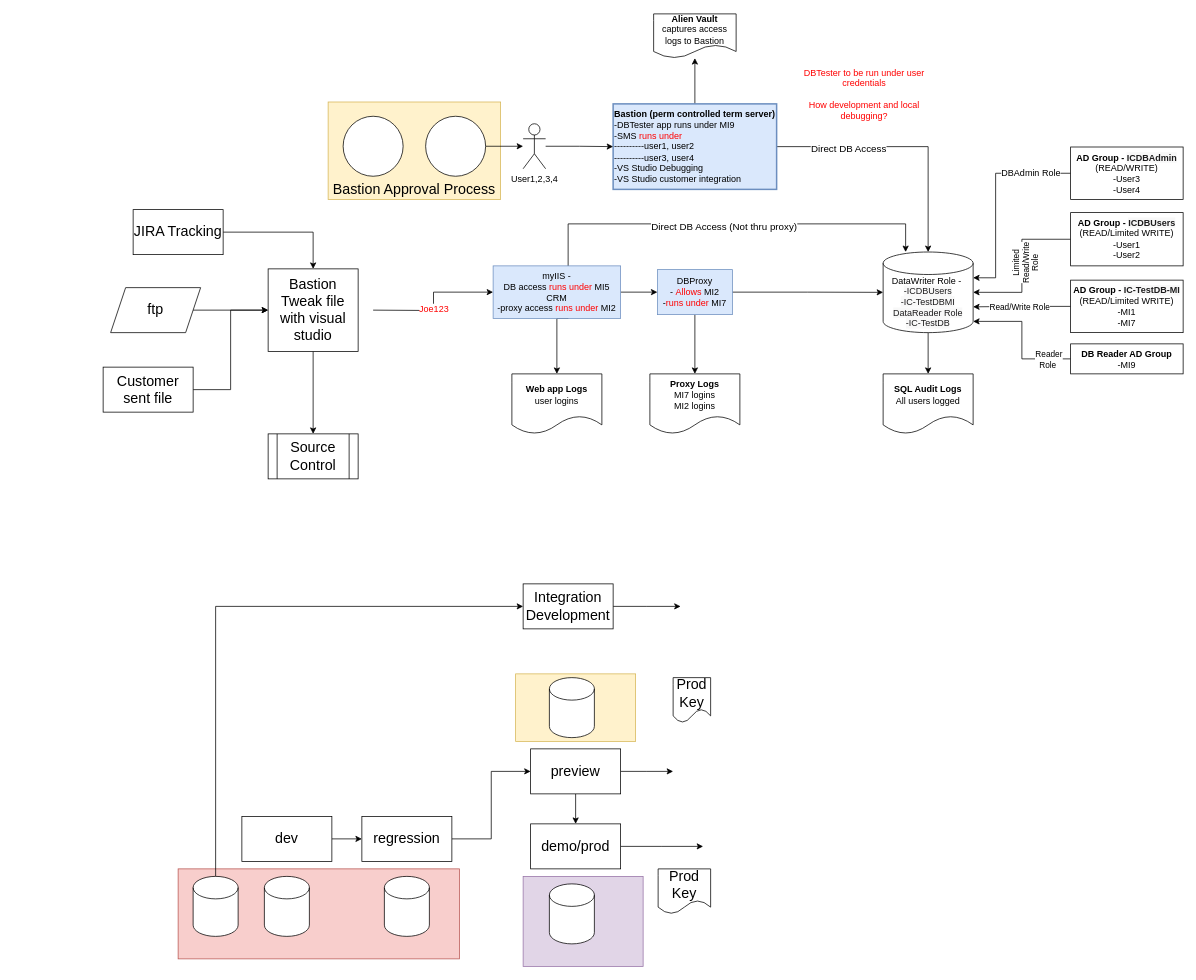
The draw.io diagram Untitled Diagram.drawio in vjavle/invoicecloud, before the edit. Source tidied: cells renumbered, new cells numbered last; positions are measured from the earlier drawing's top-left corner, leaving out a move shared by most shapes. Both pictures are drawn from the tidied source at 75%, with x=0, y=0 at pixel (103, 14).
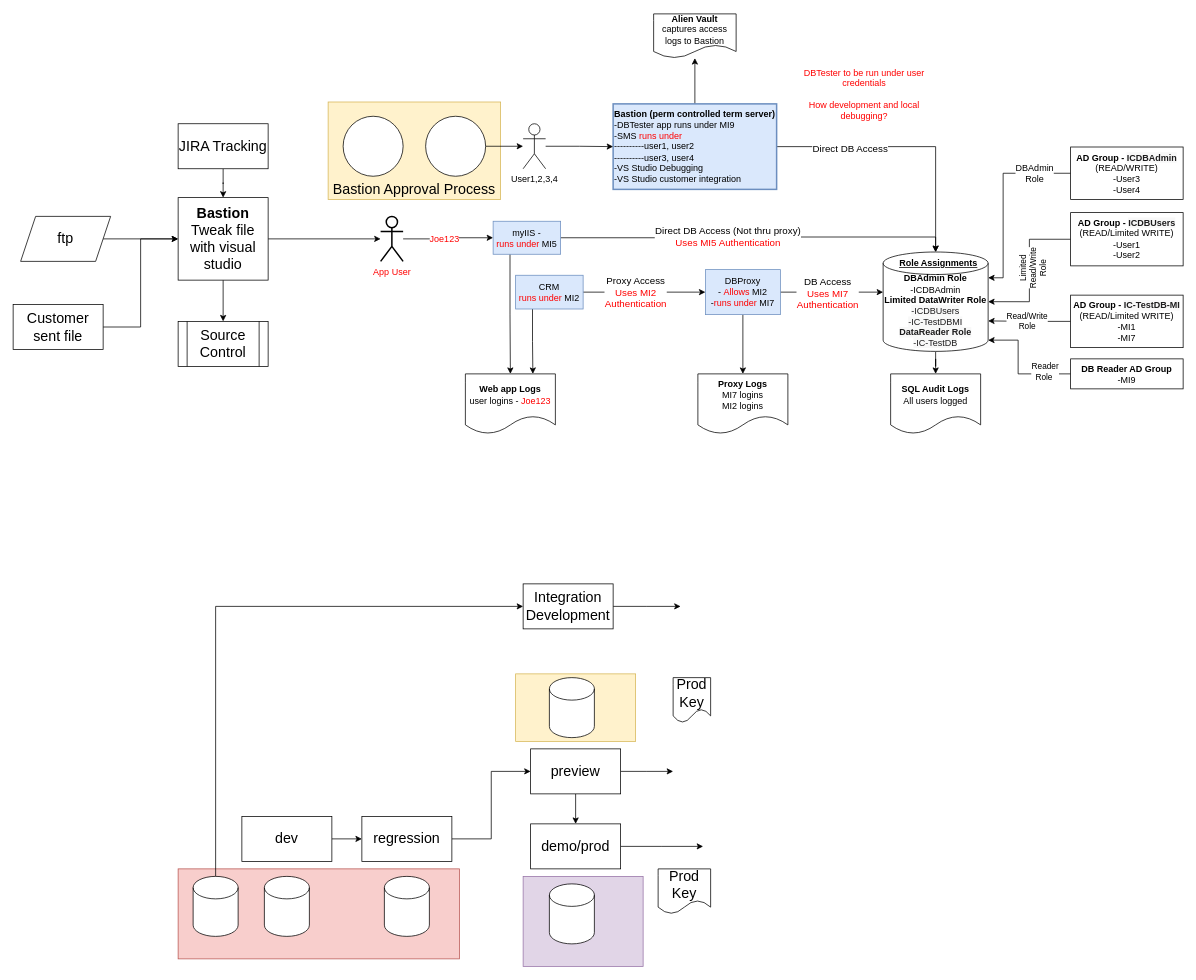
The same diagram, later.

The change refers to these unchanged cells:
```xml
<mxCell id="34" value="&lt;b&gt;AD Group -&amp;nbsp;&lt;/b&gt;&lt;span style=&quot;color: rgb(29 , 28 , 29) ; font-size: 12px ; text-align: left ; background-color: rgb(248 , 248 , 248)&quot;&gt;&lt;b&gt;ICDBAdmin&lt;/b&gt;&lt;br style=&quot;font-size: 12px&quot;&gt;&lt;/span&gt;(READ/WRITE)&lt;br&gt;&lt;span&gt;-User3&lt;br&gt;&lt;/span&gt;&lt;span&gt;-User4&lt;/span&gt;&lt;span&gt;&lt;br&gt;&lt;/span&gt;" style="rounded=0;whiteSpace=wrap;html=1;verticalAlign=top;fontFamily=Helvetica;fontSize=12;" parent="1" vertex="1">
  <mxGeometry x="1290" y="177.5" width="150" height="70" as="geometry" />
</mxCell>
```

The edit, as a diff of the source:
```diff
@@
-    <mxCell id="6" style="edgeStyle=orthogonalEdgeStyle;rounded=0;jettySize=auto;html=1;startArrow=classic;startFill=1;endArrow=none;endFill=0;" parent="1" edge="1" source="12">
-      <mxGeometry relative="1" as="geometry">
-        <mxPoint x="360" y="395" as="targetPoint" />
-      </mxGeometry>
+    <mxCell id="6" style="edgeStyle=orthogonalEdgeStyle;rounded=0;jettySize=auto;html=1;startArrow=classic;startFill=1;endArrow=none;endFill=0;" parent="1" edge="1" source="12" target="79">
+      <mxGeometry relative="1" as="geometry" />
     </mxCell>
@@
-    <mxCell id="8" style="edgeStyle=orthogonalEdgeStyle;rounded=0;jettySize=auto;html=1;startArrow=none;startFill=0;endArrow=classic;endFill=1;" parent="1" edge="1" source="12" target="15">
-      <mxGeometry relative="1" as="geometry" />
-    </mxCell>
+    <mxCell id="11" style="edgeStyle=orthogonalEdgeStyle;rounded=0;jettySize=auto;html=1;fontColor=#000000;startArrow=none;startFill=0;endArrow=classic;endFill=1;exitX=0.25;exitY=1;exitDx=0;exitDy=0;" parent="1" edge="1" source="12" target="37">
+      <mxGeometry relative="1" as="geometry" />
+    </mxCell>
-    <mxCell id="9" style="edgeStyle=orthogonalEdgeStyle;rounded=0;jettySize=auto;html=1;fontColor=#000000;startArrow=none;startFill=0;endArrow=classic;endFill=1;exitX=0.5;exitY=1;exitDx=0;exitDy=0;" parent="1" edge="1" source="12" target="17">
-      <mxGeometry relative="1" as="geometry">
-        <Array as="points">
-          <mxPoint x="620" y="280" />
-          <mxPoint x="1070" y="280" />
-        </Array>
-      </mxGeometry>
+    <mxCell id="9" style="edgeStyle=orthogonalEdgeStyle;rounded=0;jettySize=auto;html=1;entryX=0.5;entryY=0;entryDx=0;entryDy=0;entryPerimeter=0;fontFamily=Helvetica;fontSize=12;fontColor=#FF0000;startArrow=none;startFill=0;endArrow=classic;endFill=1;" parent="1" edge="1" source="12" target="17">
+      <mxGeometry relative="1" as="geometry" />
     </mxCell>
-    <mxCell id="10" value="Direct DB Access (Not thru proxy)" style="edgeLabel;html=1;align=center;verticalAlign=middle;fontColor=#000000;fontSize=13;" parent="9" vertex="1">
-      <mxGeometry x="-0.17" y="-3" relative="1" as="geometry">
-        <mxPoint x="87" as="offset" />
-      </mxGeometry>
-    </mxCell>
-    <mxCell id="11" style="edgeStyle=orthogonalEdgeStyle;rounded=0;jettySize=auto;html=1;fontColor=#000000;startArrow=none;startFill=0;endArrow=classic;endFill=1;" parent="1" edge="1" source="12" target="37">
-      <mxGeometry relative="1" as="geometry" />
-    </mxCell>
+    <mxCell id="72" value="&lt;span style=&quot;color: rgb(0 , 0 , 0) ; font-size: 13px&quot;&gt;Direct DB Access (Not thru proxy)&lt;/span&gt;&lt;br style=&quot;color: rgb(0 , 0 , 0) ; font-size: 13px&quot;&gt;&lt;font color=&quot;#ff0000&quot; style=&quot;font-size: 13px&quot;&gt;Uses MI5 Authentication&lt;/font&gt;" style="edgeLabel;html=1;align=center;verticalAlign=middle;fontSize=12;fontFamily=Helvetica;fontColor=#FF0000;" parent="9" vertex="1">
+      <mxGeometry x="-0.37" y="6" relative="1" as="geometry">
+        <mxPoint x="58" y="4" as="offset" />
+      </mxGeometry>
+    </mxCell>
-    <mxCell id="12" value="myIIS - &lt;br&gt;DB access&amp;nbsp;&lt;span style=&quot;color: rgb(255 , 0 , 0)&quot;&gt;runs under&lt;/span&gt;&amp;nbsp;MI5&lt;br&gt;CRM &lt;br&gt;-proxy access&amp;nbsp;&lt;span style=&quot;color: rgb(255 , 0 , 0)&quot;&gt;runs under&lt;/span&gt;&amp;nbsp;MI2" style="rounded=0;whiteSpace=wrap;html=1;fillColor=#dae8fc;strokeColor=#6c8ebf;" parent="1" vertex="1">
-      <mxGeometry x="520" y="336" width="170" height="70" as="geometry" />
+    <mxCell id="12" value="myIIS - &lt;br&gt;&lt;span style=&quot;color: rgb(255 , 0 , 0)&quot;&gt;runs under&lt;/span&gt;&amp;nbsp;MI5" style="rounded=0;whiteSpace=wrap;html=1;fillColor=#dae8fc;strokeColor=#6c8ebf;" parent="1" vertex="1">
+      <mxGeometry x="520" y="276.5" width="90" height="44" as="geometry" />
     </mxCell>
     <mxCell id="13" style="edgeStyle=orthogonalEdgeStyle;rounded=0;jettySize=auto;html=1;fontColor=#000000;startArrow=none;startFill=0;endArrow=classic;endFill=1;" parent="1" edge="1" source="15" target="17">
-      <mxGeometry relative="1" as="geometry" />
+      <mxGeometry relative="1" as="geometry">
+        <Array as="points">
+          <mxPoint x="970" y="371" />
+          <mxPoint x="970" y="371" />
+        </Array>
+      </mxGeometry>
     </mxCell>
+    <mxCell id="73" value="&lt;span style=&quot;color: rgb(0 , 0 , 0) ; font-size: 13px&quot;&gt;DB Access&lt;/span&gt;&lt;br style=&quot;color: rgb(0 , 0 , 0) ; font-size: 13px&quot;&gt;&lt;font color=&quot;#ff0000&quot; style=&quot;font-size: 13px&quot;&gt;Uses MI7 &lt;br&gt;Authentication&lt;/font&gt;" style="edgeLabel;html=1;align=center;verticalAlign=middle;fontSize=12;fontFamily=Helvetica;fontColor=#FF0000;" parent="13" vertex="1">
+      <mxGeometry x="-0.1" y="-1" relative="1" as="geometry" />
+    </mxCell>
@@
     <mxCell id="15" value="DBProxy &lt;br&gt;-&amp;nbsp;&lt;font color=&quot;#ff0000&quot;&gt;Allows &lt;/font&gt;MI2&lt;br&gt;-&lt;font color=&quot;#ff0000&quot;&gt;runs under&lt;/font&gt; MI7" style="rounded=0;whiteSpace=wrap;html=1;fillColor=#dae8fc;strokeColor=#6c8ebf;" parent="1" vertex="1">
-      <mxGeometry x="739" y="341" width="100" height="60" as="geometry" />
+      <mxGeometry x="803" y="341" width="100" height="60" as="geometry" />
     </mxCell>
@@
-    <mxCell id="17" value="DataWriter Role -&amp;nbsp;&lt;br style=&quot;font-size: 12px&quot;&gt;&lt;span style=&quot;color: rgb(29 , 28 , 29) ; font-size: 12px ; text-align: left ; background-color: rgb(248 , 248 , 248)&quot;&gt;-ICDBUsers&lt;br style=&quot;font-size: 12px&quot;&gt;&lt;/span&gt;&lt;span style=&quot;color: rgb(29 , 28 , 29) ; font-size: 12px ; text-align: left ; background-color: rgb(248 , 248 , 248)&quot;&gt;-IC-TestDBMI&lt;br style=&quot;font-size: 12px&quot;&gt;DataReader Role&lt;br style=&quot;font-size: 12px&quot;&gt;&lt;/span&gt;&lt;span style=&quot;color: rgb(29 , 28 , 29) ; font-size: 12px ; text-align: left ; background-color: rgb(248 , 248 , 248)&quot;&gt;-IC-TestDB&lt;/span&gt;&lt;span style=&quot;color: rgb(29 , 28 , 29) ; font-size: 12px ; text-align: left ; background-color: rgb(248 , 248 , 248)&quot;&gt;&lt;br style=&quot;font-size: 12px&quot;&gt;&lt;/span&gt;" style="shape=cylinder3;whiteSpace=wrap;html=1;boundedLbl=1;backgroundOutline=1;size=15;fontSize=12;" parent="1" vertex="1">
-      <mxGeometry x="1040" y="317.5" width="120" height="107.5" as="geometry" />
+    <mxCell id="17" value="&lt;b&gt;DBAdmin Role&lt;/b&gt;&lt;br&gt;-ICDBAdmin&lt;br&gt;&lt;b&gt;Limited DataWriter Role&lt;/b&gt;&lt;br style=&quot;font-size: 12px&quot;&gt;&lt;span style=&quot;color: rgb(29 , 28 , 29) ; font-size: 12px ; text-align: left ; background-color: rgb(248 , 248 , 248)&quot;&gt;-ICDBUsers&lt;br style=&quot;font-size: 12px&quot;&gt;&lt;/span&gt;&lt;span style=&quot;color: rgb(29 , 28 , 29) ; font-size: 12px ; text-align: left ; background-color: rgb(248 , 248 , 248)&quot;&gt;-IC-TestDBMI&lt;br style=&quot;font-size: 12px&quot;&gt;&lt;b&gt;DataReader Role&lt;/b&gt;&lt;br style=&quot;font-size: 12px&quot;&gt;&lt;/span&gt;&lt;span style=&quot;color: rgb(29 , 28 , 29) ; font-size: 12px ; text-align: left ; background-color: rgb(248 , 248 , 248)&quot;&gt;-IC-TestDB&lt;/span&gt;&lt;span style=&quot;color: rgb(29 , 28 , 29) ; font-size: 12px ; text-align: left ; background-color: rgb(248 , 248 , 248)&quot;&gt;&lt;br style=&quot;font-size: 12px&quot;&gt;&lt;/span&gt;" style="shape=cylinder3;whiteSpace=wrap;html=1;boundedLbl=1;backgroundOutline=1;size=15;fontSize=12;" parent="1" vertex="1">
+      <mxGeometry x="1040" y="317.5" width="140" height="132.5" as="geometry" />
     </mxCell>
-    <mxCell id="18" style="edgeStyle=orthogonalEdgeStyle;rounded=0;jettySize=auto;html=1;entryX=1;entryY=0;entryDx=0;entryDy=73.125;entryPerimeter=0;startArrow=none;startFill=0;endArrow=classic;endFill=1;" parent="1" edge="1" source="20" target="17">
+    <mxCell id="18" style="edgeStyle=orthogonalEdgeStyle;rounded=0;jettySize=auto;html=1;entryX=1;entryY=0;entryDx=0;entryDy=91.875;entryPerimeter=0;startArrow=none;startFill=0;endArrow=classic;endFill=1;" parent="1" edge="1" source="20" target="17">
       <mxGeometry relative="1" as="geometry" />
     </mxCell>
-    <mxCell id="19" value="Read/Write Role" style="edgeLabel;html=1;align=center;verticalAlign=middle;fontColor=#000000;" parent="18" vertex="1">
+    <mxCell id="19" value="Read/Write&lt;br&gt;Role" style="edgeLabel;html=1;align=center;verticalAlign=middle;fontColor=#000000;" parent="18" vertex="1">
       <mxGeometry x="0.06" relative="1" as="geometry" />
     </mxCell>
     <mxCell id="20" value="&lt;b&gt;AD Group -&amp;nbsp;&lt;/b&gt;&lt;span style=&quot;color: rgb(29 , 28 , 29) ; font-size: 12px ; text-align: left ; background-color: rgb(248 , 248 , 248)&quot;&gt;&lt;b&gt;IC-TestDB-MI&lt;/b&gt;&lt;br style=&quot;font-size: 12px&quot;&gt;&lt;/span&gt;(READ/Limited WRITE)&lt;br&gt;&lt;span&gt;-MI1&lt;br&gt;&lt;/span&gt;&lt;span&gt;-MI7&lt;/span&gt;&lt;span&gt;&lt;br&gt;&lt;/span&gt;" style="rounded=0;whiteSpace=wrap;html=1;verticalAlign=top;fontFamily=Helvetica;fontSize=12;" parent="1" vertex="1">
-      <mxGeometry x="1290" y="355" width="150" height="70" as="geometry" />
+      <mxGeometry x="1290" y="375" width="150" height="70" as="geometry" />
     </mxCell>
     <mxCell id="21" style="edgeStyle=orthogonalEdgeStyle;rounded=0;jettySize=auto;html=1;fontColor=#000000;startArrow=none;startFill=0;endArrow=classic;endFill=1;entryX=1;entryY=1;entryDx=0;entryDy=-15;entryPerimeter=0;" parent="1" edge="1" source="23" target="17">
-      <mxGeometry relative="1" as="geometry" />
+      <mxGeometry relative="1" as="geometry">
+        <Array as="points">
+          <mxPoint x="1220" y="480" />
+          <mxPoint x="1220" y="435" />
+        </Array>
+      </mxGeometry>
     </mxCell>
     <mxCell id="22" value="Reader&lt;br&gt;Role&amp;nbsp;" style="edgeLabel;html=1;align=center;verticalAlign=middle;fontColor=#000000;" parent="21" vertex="1">
       <mxGeometry x="0.04" y="-1" relative="1" as="geometry">
-        <mxPoint x="34" y="29" as="offset" />
+        <mxPoint x="34" y="7" as="offset" />
       </mxGeometry>
     </mxCell>
     <mxCell id="23" value="&lt;b&gt;DB Reader AD Group&lt;/b&gt;&lt;br&gt;&lt;span&gt;-MI9&lt;/span&gt;" style="rounded=0;whiteSpace=wrap;html=1;verticalAlign=top;fontFamily=Helvetica;fontSize=12;" parent="1" vertex="1">
-      <mxGeometry x="1290" y="440" width="150" height="40" as="geometry" />
+      <mxGeometry x="1290" y="460" width="150" height="40" as="geometry" />
     </mxCell>
@@
     <mxCell id="32" style="edgeStyle=orthogonalEdgeStyle;rounded=0;jettySize=auto;html=1;entryX=1;entryY=0;entryDx=0;entryDy=34.375;entryPerimeter=0;fontFamily=Helvetica;fontSize=12;fontColor=#000000;startArrow=none;startFill=0;endArrow=classic;endFill=1;" parent="1" edge="1" source="34" target="17">
       <mxGeometry relative="1" as="geometry">
         <Array as="points">
-          <mxPoint x="1190" y="213" />
-          <mxPoint x="1190" y="352" />
+          <mxPoint x="1200" y="212" />
+          <mxPoint x="1200" y="352" />
         </Array>
       </mxGeometry>
     </mxCell>
-    <mxCell id="33" value="DBAdmin Role" style="edgeLabel;html=1;align=center;verticalAlign=middle;fontSize=12;fontFamily=Helvetica;fontColor=#000000;" parent="32" vertex="1">
+    <mxCell id="33" value="DBAdmin&lt;br&gt;Role" style="edgeLabel;html=1;align=center;verticalAlign=middle;fontSize=12;fontFamily=Helvetica;fontColor=#000000;" parent="32" vertex="1">
       <mxGeometry x="-0.41" relative="1" as="geometry">
         <mxPoint x="25" as="offset" />
       </mxGeometry>
     </mxCell>
@@
     <mxCell id="36" value="&lt;b&gt;Proxy Logs&lt;/b&gt;&lt;br&gt;MI7 logins&lt;br&gt;MI2 logins" style="shape=document;whiteSpace=wrap;html=1;boundedLbl=1;fontColor=#000000;" parent="1" vertex="1">
-      <mxGeometry x="729" y="480" width="120" height="80" as="geometry" />
+      <mxGeometry x="793" y="480" width="120" height="80" as="geometry" />
     </mxCell>
-    <mxCell id="37" value="&lt;b&gt;Web app Logs&lt;/b&gt;&lt;br&gt;user logins" style="shape=document;whiteSpace=wrap;html=1;boundedLbl=1;fontColor=#000000;" parent="1" vertex="1">
-      <mxGeometry x="545" y="480" width="120" height="80" as="geometry" />
+    <mxCell id="37" value="&lt;b&gt;Web app Logs&lt;/b&gt;&lt;br&gt;user logins - &lt;font color=&quot;#ff0000&quot;&gt;Joe123&lt;/font&gt;" style="shape=document;whiteSpace=wrap;html=1;boundedLbl=1;fontColor=#000000;" parent="1" vertex="1">
+      <mxGeometry x="483" y="480" width="120" height="80" as="geometry" />
     </mxCell>
     <mxCell id="38" value="&lt;b&gt;SQL Audit Logs&lt;/b&gt;&lt;br&gt;All users logged" style="shape=document;whiteSpace=wrap;html=1;boundedLbl=1;fontColor=#000000;" parent="1" vertex="1">
-      <mxGeometry x="1040" y="480" width="120" height="80" as="geometry" />
+      <mxGeometry x="1050" y="480" width="120" height="80" as="geometry" />
     </mxCell>
@@
     <mxCell id="45" value="ftp" style="shape=parallelogram;perimeter=parallelogramPerimeter;whiteSpace=wrap;html=1;fixedSize=1;fontSize=19;fontColor=#000000;" parent="1" vertex="1">
-      <mxGeometry x="10" y="365" width="120" height="60" as="geometry" />
+      <mxGeometry x="-110" y="270" width="120" height="60" as="geometry" />
     </mxCell>
@@
+    <mxCell id="74" style="edgeStyle=orthogonalEdgeStyle;rounded=0;jettySize=auto;html=1;fontFamily=Helvetica;fontSize=12;fontColor=#FF0000;startArrow=none;startFill=0;endArrow=classic;endFill=1;" parent="1" edge="1" source="47" target="79">
+      <mxGeometry relative="1" as="geometry" />
+    </mxCell>
-    <mxCell id="47" value="Bastion&lt;br&gt;Tweak file with visual studio" style="rounded=0;whiteSpace=wrap;html=1;fontSize=19;fontColor=#000000;" parent="1" vertex="1">
-      <mxGeometry x="220" y="340" width="120" height="110" as="geometry" />
+    <mxCell id="47" value="&lt;b&gt;Bastion&lt;/b&gt;&lt;br&gt;Tweak file with visual studio" style="rounded=0;whiteSpace=wrap;html=1;fontSize=19;fontColor=#000000;" parent="1" vertex="1">
+      <mxGeometry x="100" y="245" width="120" height="110" as="geometry" />
     </mxCell>
@@
     <mxCell id="49" value="Customer sent file" style="rounded=0;whiteSpace=wrap;html=1;fontSize=19;fontColor=#000000;" parent="1" vertex="1">
-      <mxGeometry y="471" width="120" height="60" as="geometry" />
+      <mxGeometry x="-120" y="387.5" width="120" height="60" as="geometry" />
     </mxCell>
     <mxCell id="50" value="Source Control" style="shape=process;whiteSpace=wrap;html=1;backgroundOutline=1;fontSize=19;fontColor=#000000;" parent="1" vertex="1">
-      <mxGeometry x="220" y="560" width="120" height="60" as="geometry" />
+      <mxGeometry x="100" y="410" width="120" height="60" as="geometry" />
     </mxCell>
@@
     <mxCell id="52" value="JIRA Tracking" style="rounded=0;whiteSpace=wrap;html=1;fontSize=19;fontColor=#000000;" parent="1" vertex="1">
-      <mxGeometry x="40" y="261" width="120" height="60" as="geometry" />
+      <mxGeometry x="100" y="146.5" width="120" height="60" as="geometry" />
     </mxCell>
@@
+    <mxCell id="75" style="edgeStyle=orthogonalEdgeStyle;rounded=0;jettySize=auto;html=1;entryX=0.75;entryY=0;entryDx=0;entryDy=0;fontFamily=Helvetica;fontSize=12;fontColor=#FF0000;startArrow=none;startFill=0;endArrow=classic;endFill=1;exitX=0.25;exitY=1;exitDx=0;exitDy=0;" parent="1" edge="1" source="78" target="37">
+      <mxGeometry relative="1" as="geometry" />
+    </mxCell>
+    <mxCell id="76" style="edgeStyle=orthogonalEdgeStyle;rounded=0;jettySize=auto;html=1;fontFamily=Helvetica;fontSize=12;fontColor=#FF0000;startArrow=none;startFill=0;endArrow=classic;endFill=1;" parent="1" edge="1" source="78" target="15">
+      <mxGeometry relative="1" as="geometry" />
+    </mxCell>
+    <mxCell id="77" value="&lt;span style=&quot;color: rgb(0 , 0 , 0) ; font-size: 13px&quot;&gt;Proxy Access&lt;/span&gt;&lt;br style=&quot;color: rgb(0 , 0 , 0) ; font-size: 13px&quot;&gt;&lt;font color=&quot;#ff0000&quot; style=&quot;font-size: 13px&quot;&gt;Uses MI2&lt;br&gt;Authentication&lt;/font&gt;" style="edgeLabel;html=1;align=center;verticalAlign=middle;fontSize=12;fontFamily=Helvetica;fontColor=#FF0000;" parent="76" vertex="1">
+      <mxGeometry x="-0.22" y="1" relative="1" as="geometry">
+        <mxPoint x="5" as="offset" />
+      </mxGeometry>
+    </mxCell>
+    <mxCell id="78" value="CRM&lt;br&gt;&lt;span style=&quot;color: rgb(255 , 0 , 0)&quot;&gt;runs under&lt;/span&gt;&amp;nbsp;MI2" style="rounded=0;whiteSpace=wrap;html=1;fillColor=#dae8fc;strokeColor=#6c8ebf;" parent="1" vertex="1">
+      <mxGeometry x="550" y="348.5" width="90" height="45" as="geometry" />
+    </mxCell>
+    <mxCell id="79" value="App User" style="shape=umlActor;verticalLabelPosition=bottom;verticalAlign=top;html=1;outlineConnect=0;fontFamily=Helvetica;fontSize=12;fontColor=#FF0000;strokeWidth=2;" parent="1" vertex="1">
+      <mxGeometry x="370" y="270" width="30" height="60" as="geometry" />
+    </mxCell>
+    <mxCell id="80" value="Role Assignments" style="text;html=1;strokeColor=none;fillColor=none;align=center;verticalAlign=middle;whiteSpace=wrap;rounded=0;fontFamily=Helvetica;fontSize=12;fontColor=#000000;fontStyle=5;" parent="1" vertex="1">
+      <mxGeometry x="1060" y="317.5" width="108" height="30" as="geometry" />
+    </mxCell>
```
